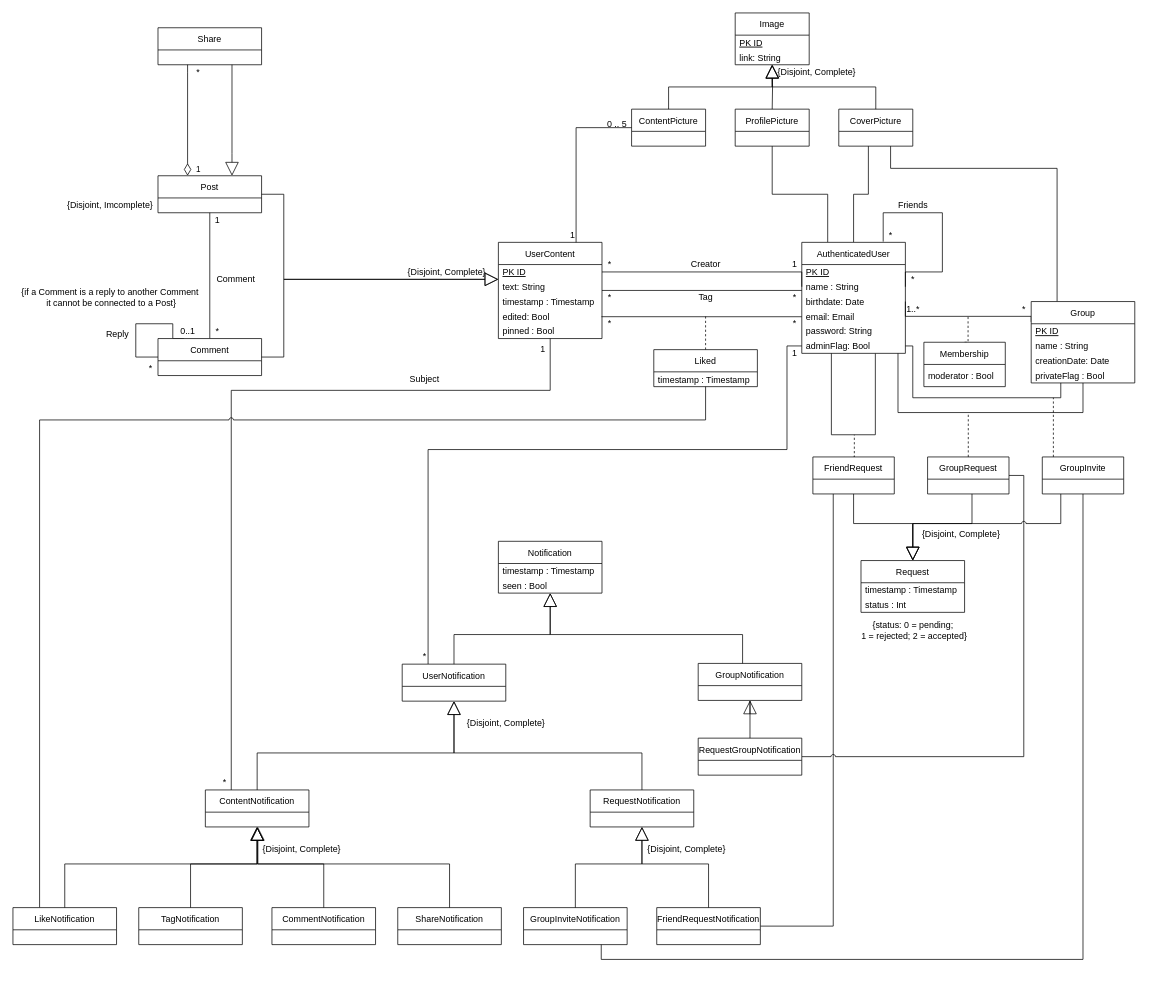
Before: Drawio/UML.drawio in DreFlo/lbaw-2122, a draw.io diagram. Source tidied: cells renumbered, new cells numbered last; positions are measured from the earlier drawing's top-left corner, leaving out a move shared by most shapes. Both pictures are drawn from the tidied source at 74%, with x=0, y=0 at pixel (13, 13).
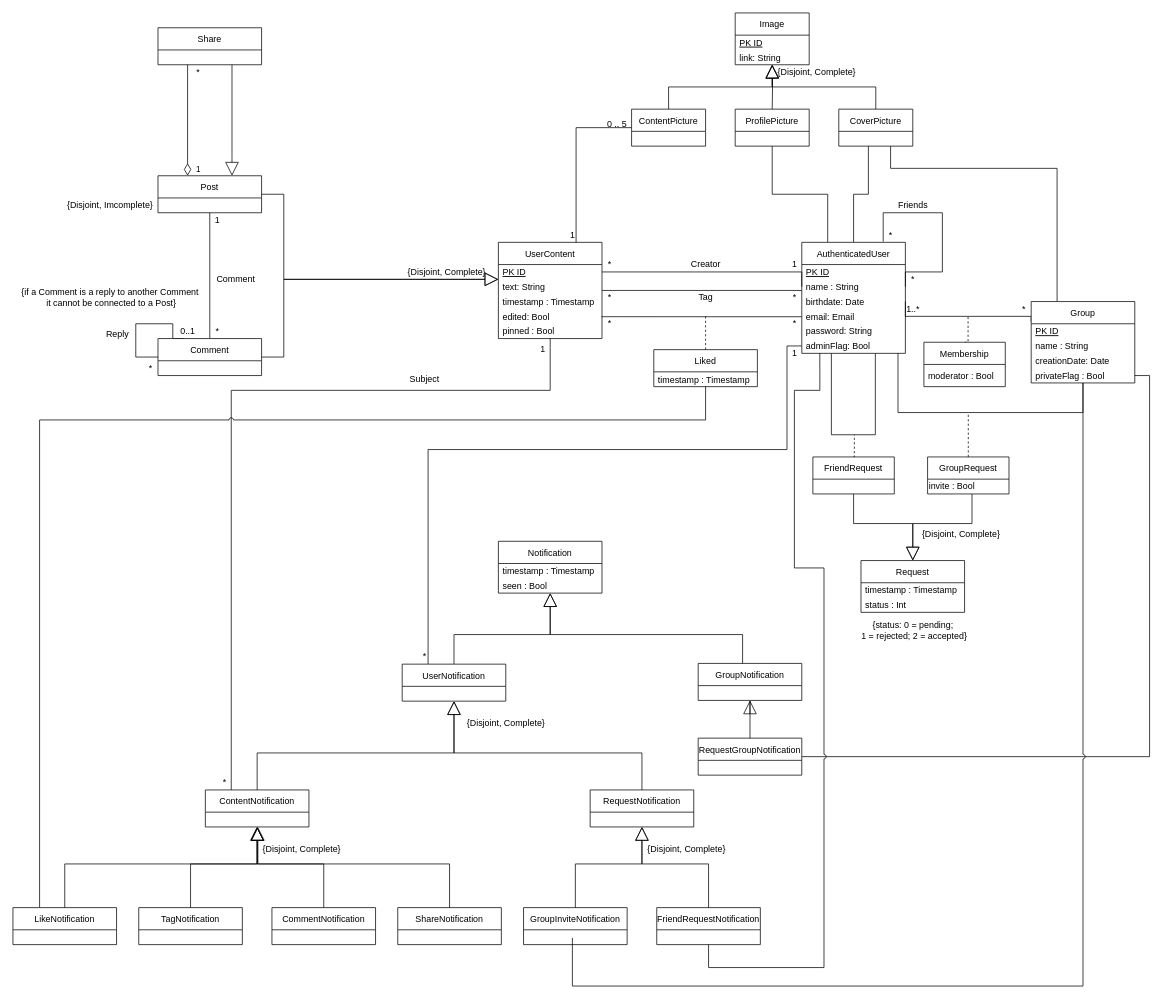
After the change.

The change refers to these unchanged cells:
```xml
<mxCell id="10" value="adminFlag: Bool" style="text;strokeColor=none;fillColor=none;align=left;verticalAlign=middle;spacingLeft=4;spacingRight=4;overflow=hidden;points=[[0,0.5],[1,0.5]];portConstraint=eastwest;" parent="4" vertex="1">
  <mxGeometry y="130" width="140" height="20" as="geometry" />
</mxCell>
<mxCell id="15" value="Group" style="swimlane;fontStyle=0;horizontal=1;startSize=30;" parent="1" vertex="1">
  <mxGeometry x="1376" y="390" width="140" height="110" as="geometry" />
</mxCell>
<mxCell id="19" value="privateFlag : Bool" style="text;strokeColor=none;fillColor=none;align=left;verticalAlign=middle;spacingLeft=4;spacingRight=4;overflow=hidden;points=[[0,0.5],[1,0.5]];portConstraint=eastwest;spacing=2;spacingTop=0;" parent="15" vertex="1">
  <mxGeometry y="90" width="140" height="20" as="geometry" />
</mxCell>
<mxCell id="74" value="FriendRequest" style="swimlane;fontStyle=0;horizontal=1;startSize=30;fontSize=12;verticalAlign=middle;" parent="1" vertex="1">
  <mxGeometry x="1081" y="600" width="110" height="50" as="geometry" />
</mxCell>
<mxCell id="76" value="GroupRequest" style="swimlane;fontStyle=0;horizontal=1;startSize=30;fontSize=12;verticalAlign=middle;" parent="1" vertex="1">
  <mxGeometry x="1236" y="600" width="110" height="50" as="geometry" />
</mxCell>
<mxCell id="86" value="FriendRequestNotification" style="swimlane;fontStyle=0;horizontal=1;startSize=30;fontSize=12;verticalAlign=middle;" parent="1" vertex="1">
  <mxGeometry x="870" y="1209" width="140" height="50" as="geometry" />
</mxCell>
<mxCell id="89" value="GroupInviteNotification" style="swimlane;fontStyle=0;horizontal=1;startSize=30;fontSize=12;verticalAlign=middle;" parent="1" vertex="1">
  <mxGeometry x="690" y="1209" width="140" height="50" as="geometry" />
</mxCell>
<mxCell id="90" value="Request" style="swimlane;fontStyle=0;horizontal=1;startSize=30;" parent="1" vertex="1">
  <mxGeometry x="1146" y="740" width="140" height="70" as="geometry" />
</mxCell>
<mxCell id="129" value="RequestGroupNotification" style="swimlane;fontStyle=0;horizontal=1;startSize=30;fontSize=12;verticalAlign=middle;" parent="1" vertex="1">
  <mxGeometry x="926" y="980" width="140" height="50" as="geometry" />
</mxCell>
```

What changed in the source:
```diff
@@
-    <mxCell id="73" style="edgeStyle=orthogonalEdgeStyle;rounded=0;jumpStyle=arc;jettySize=auto;html=1;exitX=0.25;exitY=1;exitDx=0;exitDy=0;entryX=1;entryY=0.5;entryDx=0;entryDy=0;endArrow=none;endFill=0;" parent="1" edge="1" source="74" target="86">
-      <mxGeometry relative="1" as="geometry" />
-    </mxCell>
@@
+    <mxCell id="136" value="invite : Bool" style="text;html=1;align=left;verticalAlign=middle;strokeColor=none;fillColor=none;" parent="76" vertex="1">
+      <mxGeometry y="30" width="110" height="20" as="geometry" />
+    </mxCell>
@@
-    <mxCell id="87" style="edgeStyle=orthogonalEdgeStyle;rounded=0;jumpStyle=arc;jettySize=auto;html=1;entryX=1;entryY=0.5;entryDx=0;entryDy=0;endArrow=none;endFill=0;" parent="1" edge="1" source="129" target="76">
-      <mxGeometry relative="1" as="geometry" />
+    <mxCell id="87" style="edgeStyle=orthogonalEdgeStyle;rounded=0;jumpStyle=arc;jettySize=auto;html=1;entryX=1;entryY=0.5;entryDx=0;entryDy=0;endArrow=none;endFill=0;" parent="1" edge="1" source="129" target="19">
+      <mxGeometry relative="1" as="geometry">
+        <Array as="points">
+          <mxPoint x="1536" y="1005" />
+          <mxPoint x="1536" y="490" />
+        </Array>
+      </mxGeometry>
     </mxCell>
-    <mxCell id="88" style="edgeStyle=orthogonalEdgeStyle;rounded=0;jumpStyle=arc;jettySize=auto;html=1;exitX=0.75;exitY=1;exitDx=0;exitDy=0;endArrow=none;endFill=0;" parent="1" edge="1" source="89" target="127">
-      <mxGeometry relative="1" as="geometry" />
-    </mxCell>
@@
-    <mxCell id="127" value="GroupInvite" style="swimlane;fontStyle=0;horizontal=1;startSize=30;fontSize=12;verticalAlign=middle;" parent="1" vertex="1">
-      <mxGeometry x="1391" y="600" width="110" height="50" as="geometry" />
-    </mxCell>
@@
-    <mxCell id="131" style="endArrow=block;endSize=16;endFill=0;html=1;rounded=0;edgeStyle=orthogonalEdgeStyle;jumpStyle=arc;" parent="1" edge="1" source="127" target="90">
-      <mxGeometry relative="1" as="geometry">
-        <Array as="points">
-          <mxPoint x="1416" y="690" />
-          <mxPoint x="1216" y="690" />
-        </Array>
-      </mxGeometry>
-    </mxCell>
-    <mxCell id="132" style="edgeStyle=orthogonalEdgeStyle;rounded=0;orthogonalLoop=1;jettySize=auto;html=1;fontSize=12;endArrow=none;endFill=0;dashed=1;" parent="1" edge="1">
-      <mxGeometry relative="1" as="geometry">
-        <mxPoint x="1406" y="600" as="sourcePoint" />
-        <mxPoint x="1406" y="520" as="targetPoint" />
-        <Array as="points">
-          <mxPoint x="1406" y="570" />
-          <mxPoint x="1406" y="570" />
-        </Array>
-      </mxGeometry>
-    </mxCell>
-    <mxCell id="133" style="edgeStyle=orthogonalEdgeStyle;rounded=0;jettySize=auto;html=1;fontSize=12;endArrow=none;endFill=0;startArrow=none;entryX=1;entryY=0.5;entryDx=0;entryDy=0;" parent="1" edge="1" source="15" target="10">
-      <mxGeometry relative="1" as="geometry">
-        <Array as="points">
-          <mxPoint x="1416" y="520" />
-          <mxPoint x="1216" y="520" />
-          <mxPoint x="1216" y="450" />
-        </Array>
-      </mxGeometry>
-    </mxCell>
@@
+    <mxCell id="137" style="edgeStyle=orthogonalEdgeStyle;rounded=0;jumpStyle=arc;jettySize=auto;html=1;endArrow=none;endFill=0;" parent="1" edge="1" target="19">
+      <mxGeometry relative="1" as="geometry">
+        <mxPoint x="756" y="1250" as="sourcePoint" />
+        <Array as="points">
+          <mxPoint x="756" y="1315" />
+          <mxPoint x="1446" y="1315" />
+        </Array>
+      </mxGeometry>
+    </mxCell>
+    <mxCell id="138" style="edgeStyle=orthogonalEdgeStyle;rounded=0;jumpStyle=arc;jettySize=auto;html=1;endArrow=none;endFill=0;entryX=0.174;entryY=0.986;entryDx=0;entryDy=0;entryPerimeter=0;" parent="1" edge="1" source="86" target="10">
+      <mxGeometry relative="1" as="geometry">
+        <Array as="points">
+          <mxPoint x="940" y="1290" />
+          <mxPoint x="1096" y="1290" />
+          <mxPoint x="1096" y="750" />
+          <mxPoint x="1056" y="750" />
+          <mxPoint x="1056" y="510" />
+          <mxPoint x="1090" y="510" />
+        </Array>
+      </mxGeometry>
+    </mxCell>
```
